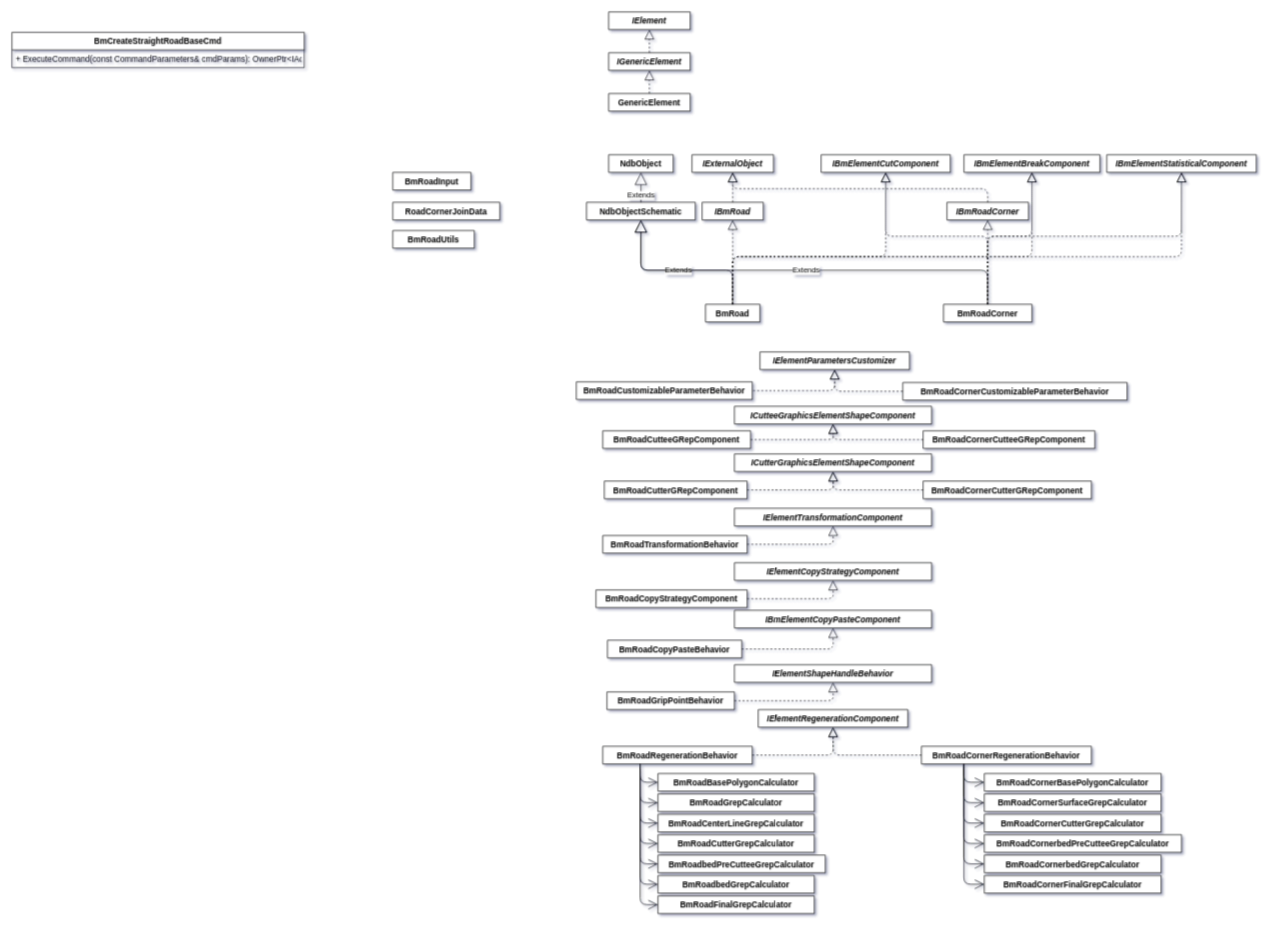
The draw.io diagram page "Page-1" (1 of 2) of BmRoad.drawio in Sean-Xu-Code/cpp, before the edit. Source tidied: cells renumbered, new cells numbered last; positions are measured from the earlier drawing's top-left corner, leaving out a move shared by most shapes. Both pictures are drawn from the tidied source at 68%, with x=0, y=0 at pixel (12, 12).
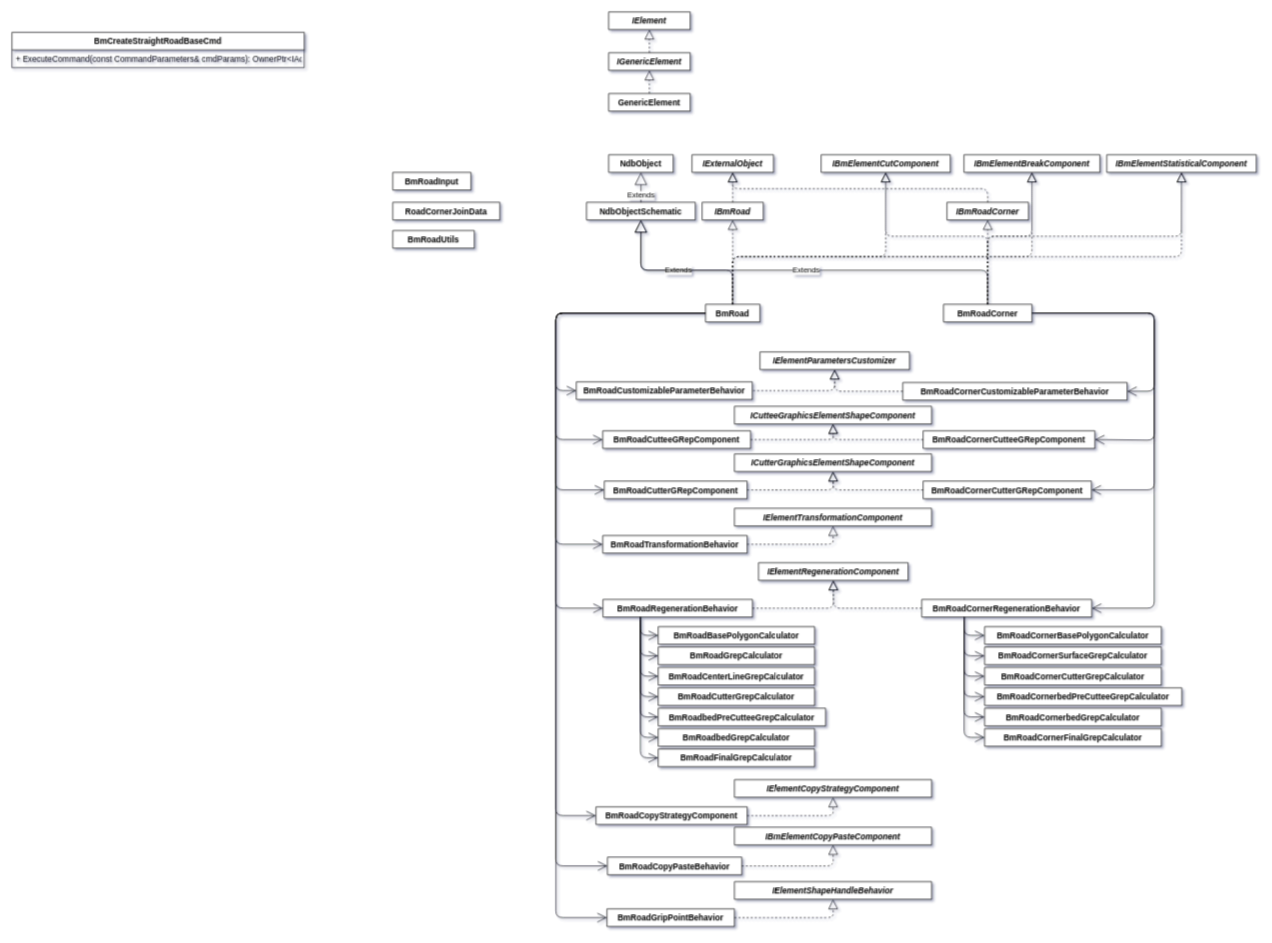
Above is the later version.

The change refers to these unchanged cells:
```xml
<mxCell id="4" value="BmRoad" style="swimlane;fontStyle=1;align=center;verticalAlign=top;horizontal=1;startSize=26;shadow=0;sketch=0;" parent="1" vertex="1" collapsed="1">
  <mxGeometry x="1020" y="430" width="80" height="26" as="geometry" />
</mxCell>
<mxCell id="45" value="BmRoadCustomizableParameterBehavior" style="swimlane;fontStyle=1;align=center;verticalAlign=top;horizontal=1;startSize=26;shadow=0;sketch=0;" parent="1" vertex="1" collapsed="1">
  <mxGeometry x="830" y="544" width="258.8" height="26" as="geometry" />
</mxCell>
<mxCell id="48" value="BmRoadCutteeGRepComponent" style="swimlane;fontStyle=1;align=center;verticalAlign=top;horizontal=1;startSize=26;shadow=0;sketch=0;" parent="1" vertex="1" collapsed="1">
  <mxGeometry x="868.8" y="616" width="217.5" height="26" as="geometry" />
</mxCell>
<mxCell id="51" value="BmRoadCutterGRepComponent" style="swimlane;fontStyle=1;align=center;verticalAlign=top;horizontal=1;startSize=26;shadow=0;sketch=0;" parent="1" vertex="1" collapsed="1">
  <mxGeometry x="871.2" y="690" width="210" height="26" as="geometry" />
</mxCell>
<mxCell id="54" value="BmRoadTransformationBehavior" style="swimlane;fontStyle=1;align=center;verticalAlign=top;horizontal=1;startSize=26;shadow=0;sketch=0;" parent="1" vertex="1" collapsed="1">
  <mxGeometry x="868.8" y="770" width="212.5" height="26" as="geometry" />
</mxCell>
<mxCell id="67" value="BmRoadCorner" style="swimlane;fontStyle=1;align=center;verticalAlign=top;horizontal=1;startSize=26;shadow=0;sketch=0;" parent="1" vertex="1" collapsed="1">
  <mxGeometry x="1370" y="430" width="130" height="26" as="geometry" />
</mxCell>
<mxCell id="75" value="BmRoadCornerCustomizableParameterBehavior" style="swimlane;fontStyle=1;align=center;verticalAlign=top;horizontal=1;startSize=26;shadow=0;sketch=0;" parent="1" vertex="1" collapsed="1">
  <mxGeometry x="1310" y="545" width="330" height="26" as="geometry" />
</mxCell>
<mxCell id="77" value="BmRoadCornerCutterGRepComponent" style="swimlane;fontStyle=1;align=center;verticalAlign=top;horizontal=1;startSize=26;shadow=0;sketch=0;" parent="1" vertex="1" collapsed="1">
  <mxGeometry x="1340" y="690" width="247.5" height="26" as="geometry" />
</mxCell>
<mxCell id="78" value="BmRoadCornerCutteeGRepComponent" style="swimlane;fontStyle=1;align=center;verticalAlign=top;horizontal=1;startSize=26;shadow=0;sketch=0;" parent="1" vertex="1" collapsed="1">
  <mxGeometry x="1340" y="616" width="252.5" height="26" as="geometry" />
</mxCell>
```

Change to the diagram source:
```diff
@@
     <mxCell id="27" value="BmRoadRegenerationBehavior" style="swimlane;fontStyle=1;align=center;verticalAlign=top;horizontal=1;startSize=26;shadow=0;sketch=0;" parent="1" vertex="1" collapsed="1">
-      <mxGeometry x="868.8" y="1080" width="220" height="26" as="geometry" />
+      <mxGeometry x="869.1" y="864" width="220" height="26" as="geometry" />
     </mxCell>
     <mxCell id="28" value="IElementRegenerationComponent" style="swimlane;fontStyle=3;align=center;verticalAlign=top;horizontal=1;startSize=26;shadow=0;sketch=0;" parent="1" vertex="1" collapsed="1">
-      <mxGeometry x="1097.5" y="1026" width="220" height="26" as="geometry" />
+      <mxGeometry x="1097.9" y="810" width="220" height="26" as="geometry" />
     </mxCell>
     <mxCell id="29" style="endArrow=block;dashed=1;endFill=0;endSize=12;html=1;shadow=0;sketch=0;entryX=0.5;entryY=1;entryDx=0;entryDy=0;exitX=1;exitY=0.5;exitDx=0;exitDy=0;" parent="1" edge="1" source="27" target="28">
       <mxGeometry relative="1" as="geometry">
         <Array as="points">
-          <mxPoint x="1208" y="1093" />
+          <mxPoint x="1208.4" y="877" />
         </Array>
       </mxGeometry>
     </mxCell>
     <mxCell id="30" value="BmRoadBasePolygonCalculator" style="swimlane;fontStyle=1;align=center;verticalAlign=top;horizontal=1;startSize=26;shadow=0;sketch=0;" parent="1" vertex="1" collapsed="1">
-      <mxGeometry x="950" y="1120" width="230" height="26" as="geometry" />
+      <mxGeometry x="950.4" y="904" width="230" height="26" as="geometry" />
     </mxCell>
     <mxCell id="31" value="BmRoadGrepCalculator" style="swimlane;fontStyle=1;align=center;verticalAlign=top;horizontal=1;startSize=26;shadow=0;sketch=0;" parent="1" vertex="1" collapsed="1">
-      <mxGeometry x="950" y="1150" width="230" height="26" as="geometry" />
+      <mxGeometry x="950.4" y="934" width="230" height="26" as="geometry" />
     </mxCell>
     <mxCell id="32" value="BmRoadCenterLineGrepCalculator" style="swimlane;fontStyle=1;align=center;verticalAlign=top;horizontal=1;startSize=26;shadow=0;sketch=0;" parent="1" vertex="1" collapsed="1">
-      <mxGeometry x="950" y="1180" width="230" height="26" as="geometry" />
+      <mxGeometry x="950.4" y="964" width="230" height="26" as="geometry" />
     </mxCell>
     <mxCell id="33" value="BmRoadCutterGrepCalculator" style="swimlane;fontStyle=1;align=center;verticalAlign=top;horizontal=1;startSize=26;shadow=0;sketch=0;" parent="1" vertex="1" collapsed="1">
-      <mxGeometry x="950" y="1210" width="230" height="26" as="geometry" />
+      <mxGeometry x="950.4" y="994" width="230" height="26" as="geometry" />
     </mxCell>
     <mxCell id="34" value="BmRoadbedPreCutteeGrepCalculator" style="swimlane;fontStyle=1;align=center;verticalAlign=top;horizontal=1;startSize=26;shadow=0;sketch=0;" parent="1" vertex="1" collapsed="1">
-      <mxGeometry x="950" y="1240" width="246.2" height="26" as="geometry" />
+      <mxGeometry x="950.4" y="1024" width="246.2" height="26" as="geometry" />
     </mxCell>
     <mxCell id="35" value="BmRoadbedGrepCalculator" style="swimlane;fontStyle=1;align=center;verticalAlign=top;horizontal=1;startSize=26;shadow=0;sketch=0;" parent="1" vertex="1" collapsed="1">
-      <mxGeometry x="950" y="1270" width="230" height="26" as="geometry" />
+      <mxGeometry x="950.4" y="1054" width="230" height="26" as="geometry" />
     </mxCell>
     <mxCell id="36" value="BmRoadFinalGrepCalculator" style="swimlane;fontStyle=1;align=center;verticalAlign=top;horizontal=1;startSize=26;shadow=0;sketch=0;" parent="1" vertex="1" collapsed="1">
-      <mxGeometry x="950" y="1300" width="230" height="26" as="geometry" />
+      <mxGeometry x="950.4" y="1084" width="230" height="26" as="geometry" />
     </mxCell>
     <mxCell id="37" style="endArrow=open;endFill=1;endSize=12;html=1;entryX=0;entryY=0.5;entryDx=0;entryDy=0;shadow=0;sketch=0;exitX=0.25;exitY=1;exitDx=0;exitDy=0;" parent="1" edge="1" source="27" target="30">
       <mxGeometry relative="1" as="geometry">
         <Array as="points">
-          <mxPoint x="924" y="1133" />
+          <mxPoint x="924.4" y="917" />
         </Array>
       </mxGeometry>
     </mxCell>
     <mxCell id="38" style="endArrow=open;endFill=1;endSize=12;html=1;exitX=0.25;exitY=1;exitDx=0;exitDy=0;entryX=0;entryY=0.5;entryDx=0;entryDy=0;shadow=0;sketch=0;" parent="1" edge="1" source="27" target="31">
       <mxGeometry relative="1" as="geometry">
         <Array as="points">
-          <mxPoint x="924" y="1163" />
+          <mxPoint x="924.4" y="947" />
         </Array>
       </mxGeometry>
     </mxCell>
     <mxCell id="39" style="endArrow=open;endFill=1;endSize=12;html=1;exitX=0.25;exitY=1;exitDx=0;exitDy=0;entryX=0;entryY=0.5;entryDx=0;entryDy=0;shadow=0;sketch=0;" parent="1" edge="1" source="27" target="32">
       <mxGeometry relative="1" as="geometry">
         <Array as="points">
-          <mxPoint x="924" y="1193" />
+          <mxPoint x="924.4" y="977" />
         </Array>
       </mxGeometry>
     </mxCell>
     <mxCell id="40" style="endArrow=open;endFill=1;endSize=12;html=1;exitX=0.25;exitY=1;exitDx=0;exitDy=0;entryX=0;entryY=0.5;entryDx=0;entryDy=0;shadow=0;sketch=0;" parent="1" edge="1" source="27" target="33">
       <mxGeometry relative="1" as="geometry">
         <Array as="points">
-          <mxPoint x="924" y="1223" />
+          <mxPoint x="924.4" y="1007" />
         </Array>
       </mxGeometry>
     </mxCell>
     <mxCell id="41" style="endArrow=open;endFill=1;endSize=12;html=1;exitX=0.25;exitY=1;exitDx=0;exitDy=0;entryX=0;entryY=0.5;entryDx=0;entryDy=0;shadow=0;sketch=0;" parent="1" edge="1" source="27" target="34">
       <mxGeometry relative="1" as="geometry">
         <Array as="points">
-          <mxPoint x="924" y="1253" />
+          <mxPoint x="924.4" y="1037" />
         </Array>
       </mxGeometry>
     </mxCell>
     <mxCell id="42" style="endArrow=open;endFill=1;endSize=12;html=1;exitX=0.25;exitY=1;exitDx=0;exitDy=0;entryX=0;entryY=0.5;entryDx=0;entryDy=0;shadow=0;sketch=0;" parent="1" edge="1" source="27" target="35">
       <mxGeometry relative="1" as="geometry">
         <Array as="points">
-          <mxPoint x="924" y="1283" />
+          <mxPoint x="924.4" y="1067" />
         </Array>
       </mxGeometry>
     </mxCell>
     <mxCell id="43" style="endArrow=open;endFill=1;endSize=12;html=1;entryX=0;entryY=0.5;entryDx=0;entryDy=0;exitX=0.25;exitY=1;exitDx=0;exitDy=0;shadow=0;sketch=0;" parent="1" edge="1" source="27" target="36">
       <mxGeometry relative="1" as="geometry">
         <Array as="points">
-          <mxPoint x="924" y="1313" />
+          <mxPoint x="924.4" y="1097" />
         </Array>
       </mxGeometry>
     </mxCell>
@@
     <mxCell id="56" value="IElementCopyStrategyComponent" style="swimlane;fontStyle=3;align=center;verticalAlign=top;horizontal=1;startSize=26;shadow=0;sketch=0;" parent="1" vertex="1" collapsed="1">
-      <mxGeometry x="1062.5" y="810" width="290" height="26" as="geometry" />
+      <mxGeometry x="1062.5" y="1129" width="290" height="26" as="geometry" />
     </mxCell>
     <mxCell id="57" value="BmRoadCopyStrategyComponent" style="swimlane;fontStyle=1;align=center;verticalAlign=top;horizontal=1;startSize=26;shadow=0;sketch=0;" parent="1" vertex="1" collapsed="1">
-      <mxGeometry x="858.8" y="850" width="222.5" height="26" as="geometry" />
+      <mxGeometry x="858.8" y="1169" width="222.5" height="26" as="geometry" />
     </mxCell>
     <mxCell id="58" style="endArrow=block;dashed=1;endFill=0;endSize=12;html=1;shadow=0;sketch=0;entryX=0.5;entryY=1;entryDx=0;entryDy=0;exitX=1;exitY=0.5;exitDx=0;exitDy=0;" parent="1" edge="1" source="57" target="56">
       <mxGeometry relative="1" as="geometry">
         <Array as="points">
-          <mxPoint x="1208" y="863" />
+          <mxPoint x="1208" y="1182" />
         </Array>
       </mxGeometry>
     </mxCell>
     <mxCell id="59" value="IBmElementCopyPasteComponent" style="swimlane;fontStyle=3;align=center;verticalAlign=top;horizontal=1;startSize=26;shadow=0;sketch=0;" parent="1" vertex="1" collapsed="1">
-      <mxGeometry x="1062.5" y="880" width="290" height="26" as="geometry" />
+      <mxGeometry x="1062.5" y="1199" width="290" height="26" as="geometry" />
     </mxCell>
     <mxCell id="60" value="BmRoadCopyPasteBehavior" style="swimlane;fontStyle=1;align=center;verticalAlign=top;horizontal=1;startSize=26;shadow=0;sketch=0;" parent="1" vertex="1" collapsed="1">
-      <mxGeometry x="875.8" y="924" width="197.5" height="26" as="geometry" />
+      <mxGeometry x="875.8" y="1243" width="197.5" height="26" as="geometry" />
     </mxCell>
     <mxCell id="61" style="endArrow=block;dashed=1;endFill=0;endSize=12;html=1;shadow=0;sketch=0;entryX=0.5;entryY=1;entryDx=0;entryDy=0;exitX=1;exitY=0.5;exitDx=0;exitDy=0;" parent="1" edge="1" source="60" target="59">
       <mxGeometry relative="1" as="geometry">
         <Array as="points">
-          <mxPoint x="1208" y="937" />
+          <mxPoint x="1208" y="1256" />
         </Array>
       </mxGeometry>
     </mxCell>
     <mxCell id="62" value="IElementShapeHandleBehavior" style="swimlane;fontStyle=3;align=center;verticalAlign=top;horizontal=1;startSize=26;shadow=0;sketch=0;" parent="1" vertex="1" collapsed="1">
-      <mxGeometry x="1062.5" y="960" width="290" height="26" as="geometry" />
+      <mxGeometry x="1062.5" y="1279" width="290" height="26" as="geometry" />
     </mxCell>
     <mxCell id="63" value="BmRoadGripPointBehavior" style="swimlane;fontStyle=1;align=center;verticalAlign=top;horizontal=1;startSize=26;shadow=0;sketch=0;" parent="1" vertex="1" collapsed="1">
-      <mxGeometry x="875" y="1000" width="187.5" height="26" as="geometry" />
+      <mxGeometry x="875" y="1319" width="187.5" height="26" as="geometry" />
     </mxCell>
     <mxCell id="64" style="endArrow=block;dashed=1;endFill=0;endSize=12;html=1;shadow=0;sketch=0;entryX=0.5;entryY=1;entryDx=0;entryDy=0;exitX=1;exitY=0.5;exitDx=0;exitDy=0;" parent="1" edge="1" source="63" target="62">
       <mxGeometry relative="1" as="geometry">
         <Array as="points">
-          <mxPoint x="1208" y="1013" />
+          <mxPoint x="1208" y="1332" />
         </Array>
       </mxGeometry>
     </mxCell>
@@
     <mxCell id="73" value="BmRoadCornerRegenerationBehavior" style="swimlane;fontStyle=1;align=center;verticalAlign=top;horizontal=1;startSize=26;shadow=0;sketch=0;" parent="1" vertex="1" collapsed="1">
-      <mxGeometry x="1337.5" y="1080" width="250" height="26" as="geometry" />
+      <mxGeometry x="1337.9" y="864" width="250" height="26" as="geometry" />
     </mxCell>
     <mxCell id="74" style="endArrow=block;dashed=1;endFill=0;endSize=12;html=1;shadow=0;entryX=0.5;entryY=1;entryDx=0;entryDy=0;exitX=0;exitY=0.5;exitDx=0;exitDy=0;" parent="1" edge="1" source="73" target="28">
       <mxGeometry relative="1" as="geometry">
         <Array as="points">
-          <mxPoint x="1208" y="1093" />
+          <mxPoint x="1208.4" y="877" />
         </Array>
       </mxGeometry>
     </mxCell>
@@
     <mxCell id="81" value="BmRoadCornerBasePolygonCalculator" style="swimlane;fontStyle=1;align=center;verticalAlign=top;horizontal=1;startSize=26;shadow=0;sketch=0;" parent="1" vertex="1" collapsed="1">
-      <mxGeometry x="1430" y="1120" width="260" height="26" as="geometry" />
+      <mxGeometry x="1430.4" y="904" width="260" height="26" as="geometry" />
     </mxCell>
     <mxCell id="82" value="BmRoadCornerSurfaceGrepCalculator" style="swimlane;fontStyle=1;align=center;verticalAlign=top;horizontal=1;startSize=26;shadow=0;sketch=0;" parent="1" vertex="1" collapsed="1">
-      <mxGeometry x="1430" y="1150" width="260" height="26" as="geometry" />
+      <mxGeometry x="1430.4" y="934" width="260" height="26" as="geometry" />
     </mxCell>
     <mxCell id="83" value="BmRoadCornerCutterGrepCalculator" style="swimlane;fontStyle=1;align=center;verticalAlign=top;horizontal=1;startSize=26;shadow=0;sketch=0;" parent="1" vertex="1" collapsed="1">
-      <mxGeometry x="1430" y="1180" width="260" height="26" as="geometry" />
+      <mxGeometry x="1430.4" y="964" width="260" height="26" as="geometry" />
     </mxCell>
     <mxCell id="84" value="BmRoadCornerbedPreCutteeGrepCalculator" style="swimlane;fontStyle=1;align=center;verticalAlign=top;horizontal=1;startSize=26;shadow=0;sketch=0;" parent="1" vertex="1" collapsed="1">
-      <mxGeometry x="1430" y="1210" width="290" height="26" as="geometry" />
+      <mxGeometry x="1430.4" y="994" width="290" height="26" as="geometry" />
     </mxCell>
     <mxCell id="85" value="BmRoadCornerbedGrepCalculator" style="swimlane;fontStyle=1;align=center;verticalAlign=top;horizontal=1;startSize=26;shadow=0;sketch=0;" parent="1" vertex="1" collapsed="1">
-      <mxGeometry x="1430" y="1240" width="260" height="26" as="geometry" />
+      <mxGeometry x="1430.4" y="1024" width="260" height="26" as="geometry" />
     </mxCell>
     <mxCell id="86" value="BmRoadCornerFinalGrepCalculator" style="swimlane;fontStyle=1;align=center;verticalAlign=top;horizontal=1;startSize=26;shadow=0;sketch=0;" parent="1" vertex="1" collapsed="1">
-      <mxGeometry x="1430" y="1270" width="260" height="26" as="geometry" />
+      <mxGeometry x="1430.4" y="1054" width="260" height="26" as="geometry" />
     </mxCell>
     <mxCell id="87" style="endArrow=open;endFill=1;endSize=12;html=1;shadow=0;exitX=0.25;exitY=1;exitDx=0;exitDy=0;entryX=0;entryY=0.5;entryDx=0;entryDy=0;" parent="1" edge="1" source="73" target="81">
       <mxGeometry relative="1" as="geometry">
         <Array as="points">
-          <mxPoint x="1400" y="1133" />
+          <mxPoint x="1400.4" y="917" />
         </Array>
       </mxGeometry>
     </mxCell>
     <mxCell id="88" style="endArrow=open;endFill=1;endSize=12;html=1;shadow=0;exitX=0.25;exitY=1;exitDx=0;exitDy=0;entryX=0;entryY=0.5;entryDx=0;entryDy=0;" parent="1" edge="1" source="73" target="82">
       <mxGeometry relative="1" as="geometry">
         <Array as="points">
-          <mxPoint x="1400" y="1163" />
+          <mxPoint x="1400.4" y="947" />
         </Array>
       </mxGeometry>
     </mxCell>
     <mxCell id="89" style="endArrow=open;endFill=1;endSize=12;html=1;shadow=0;exitX=0.25;exitY=1;exitDx=0;exitDy=0;entryX=0;entryY=0.5;entryDx=0;entryDy=0;" parent="1" edge="1" source="73" target="83">
       <mxGeometry relative="1" as="geometry">
         <Array as="points">
-          <mxPoint x="1400" y="1193" />
+          <mxPoint x="1400.4" y="977" />
         </Array>
       </mxGeometry>
     </mxCell>
     <mxCell id="90" style="endArrow=open;endFill=1;endSize=12;html=1;shadow=0;exitX=0.25;exitY=1;exitDx=0;exitDy=0;entryX=0;entryY=0.5;entryDx=0;entryDy=0;" parent="1" edge="1" source="73" target="84">
       <mxGeometry relative="1" as="geometry">
         <Array as="points">
-          <mxPoint x="1400" y="1223" />
+          <mxPoint x="1400.4" y="1007" />
         </Array>
       </mxGeometry>
     </mxCell>
     <mxCell id="91" style="endArrow=open;endFill=1;endSize=12;html=1;shadow=0;exitX=0.25;exitY=1;exitDx=0;exitDy=0;entryX=0;entryY=0.5;entryDx=0;entryDy=0;" parent="1" edge="1" source="73" target="85">
       <mxGeometry relative="1" as="geometry">
         <Array as="points">
-          <mxPoint x="1400" y="1253" />
+          <mxPoint x="1400.4" y="1037" />
         </Array>
       </mxGeometry>
     </mxCell>
     <mxCell id="92" style="endArrow=open;endFill=1;endSize=12;html=1;shadow=0;exitX=0.25;exitY=1;exitDx=0;exitDy=0;entryX=0;entryY=0.5;entryDx=0;entryDy=0;" parent="1" edge="1" source="73" target="86">
       <mxGeometry relative="1" as="geometry">
         <Array as="points">
-          <mxPoint x="1400" y="1283" />
+          <mxPoint x="1400.4" y="1067" />
         </Array>
       </mxGeometry>
     </mxCell>
+    <mxCell id="93" style="endArrow=open;endFill=1;endSize=12;html=1;shadow=0;exitX=1;exitY=0.5;exitDx=0;exitDy=0;entryX=1;entryY=0.5;entryDx=0;entryDy=0;" parent="1" edge="1" source="67" target="75">
+      <mxGeometry relative="1" as="geometry">
+        <Array as="points">
+          <mxPoint x="1680" y="443" />
+          <mxPoint x="1680" y="558" />
+        </Array>
+      </mxGeometry>
+    </mxCell>
+    <mxCell id="94" style="endArrow=open;endFill=1;endSize=12;html=1;shadow=0;exitX=1;exitY=0.5;exitDx=0;exitDy=0;entryX=1;entryY=0.5;entryDx=0;entryDy=0;" parent="1" edge="1" source="67" target="78">
+      <mxGeometry relative="1" as="geometry">
+        <Array as="points">
+          <mxPoint x="1680" y="443" />
+          <mxPoint x="1680" y="630" />
+        </Array>
+      </mxGeometry>
+    </mxCell>
+    <mxCell id="95" style="endArrow=open;endFill=1;endSize=12;html=1;shadow=0;exitX=1;exitY=0.5;exitDx=0;exitDy=0;entryX=1;entryY=0.5;entryDx=0;entryDy=0;" parent="1" edge="1" source="67" target="77">
+      <mxGeometry relative="1" as="geometry">
+        <Array as="points">
+          <mxPoint x="1680" y="443" />
+          <mxPoint x="1680" y="703" />
+        </Array>
+      </mxGeometry>
+    </mxCell>
+    <mxCell id="96" style="endArrow=open;endFill=1;endSize=12;html=1;shadow=0;entryX=1;entryY=0.5;entryDx=0;entryDy=0;exitX=1;exitY=0.5;exitDx=0;exitDy=0;" parent="1" edge="1" source="67" target="73">
+      <mxGeometry relative="1" as="geometry">
+        <Array as="points">
+          <mxPoint x="1680" y="443" />
+          <mxPoint x="1680" y="877" />
+        </Array>
+      </mxGeometry>
+    </mxCell>
+    <mxCell id="97" style="endArrow=open;endFill=1;endSize=12;html=1;shadow=0;entryX=0;entryY=0.5;entryDx=0;entryDy=0;exitX=0;exitY=0.5;exitDx=0;exitDy=0;" parent="1" edge="1" source="4" target="45">
+      <mxGeometry relative="1" as="geometry">
+        <Array as="points">
+          <mxPoint x="800" y="443" />
+          <mxPoint x="800" y="557" />
+        </Array>
+      </mxGeometry>
+    </mxCell>
+    <mxCell id="98" style="endArrow=open;endFill=1;endSize=12;html=1;shadow=0;exitX=0;exitY=0.5;exitDx=0;exitDy=0;entryX=0;entryY=0.5;entryDx=0;entryDy=0;" parent="1" edge="1" source="4" target="48">
+      <mxGeometry relative="1" as="geometry">
+        <Array as="points">
+          <mxPoint x="800" y="443" />
+          <mxPoint x="800" y="629" />
+        </Array>
+      </mxGeometry>
+    </mxCell>
+    <mxCell id="99" style="endArrow=open;endFill=1;endSize=12;html=1;shadow=0;exitX=0;exitY=0.5;exitDx=0;exitDy=0;entryX=0;entryY=0.5;entryDx=0;entryDy=0;" parent="1" edge="1" source="4" target="51">
+      <mxGeometry relative="1" as="geometry">
+        <Array as="points">
+          <mxPoint x="800" y="443" />
+          <mxPoint x="800" y="703" />
+        </Array>
+      </mxGeometry>
+    </mxCell>
+    <mxCell id="100" style="endArrow=open;endFill=1;endSize=12;html=1;shadow=0;exitX=0;exitY=0.5;exitDx=0;exitDy=0;entryX=0;entryY=0.5;entryDx=0;entryDy=0;" parent="1" edge="1" source="4" target="54">
+      <mxGeometry relative="1" as="geometry">
+        <Array as="points">
+          <mxPoint x="800" y="443" />
+          <mxPoint x="800" y="783" />
+        </Array>
+      </mxGeometry>
+    </mxCell>
+    <mxCell id="101" style="endArrow=open;endFill=1;endSize=12;html=1;shadow=0;entryX=0;entryY=0.5;entryDx=0;entryDy=0;exitX=0;exitY=0.5;exitDx=0;exitDy=0;" parent="1" edge="1" source="4" target="27">
+      <mxGeometry relative="1" as="geometry">
+        <Array as="points">
+          <mxPoint x="800" y="443" />
+          <mxPoint x="800" y="877" />
+        </Array>
+      </mxGeometry>
+    </mxCell>
+    <mxCell id="102" style="endArrow=open;endFill=1;endSize=12;html=1;shadow=0;exitX=0;exitY=0.5;exitDx=0;exitDy=0;entryX=0;entryY=0.5;entryDx=0;entryDy=0;" parent="1" edge="1" source="4" target="57">
+      <mxGeometry relative="1" as="geometry">
+        <Array as="points">
+          <mxPoint x="800" y="443" />
+          <mxPoint x="800" y="1182" />
+        </Array>
+      </mxGeometry>
+    </mxCell>
+    <mxCell id="103" style="endArrow=open;endFill=1;endSize=12;html=1;shadow=0;entryX=0;entryY=0.5;entryDx=0;entryDy=0;exitX=0;exitY=0.5;exitDx=0;exitDy=0;" parent="1" edge="1" source="4" target="60">
+      <mxGeometry relative="1" as="geometry">
+        <Array as="points">
+          <mxPoint x="800" y="443" />
+          <mxPoint x="800" y="1256" />
+        </Array>
+      </mxGeometry>
+    </mxCell>
+    <mxCell id="104" style="endArrow=open;endFill=1;endSize=12;html=1;shadow=0;exitX=0;exitY=0.5;exitDx=0;exitDy=0;entryX=0;entryY=0.5;entryDx=0;entryDy=0;" parent="1" edge="1" source="4" target="63">
+      <mxGeometry relative="1" as="geometry">
+        <Array as="points">
+          <mxPoint x="800" y="443" />
+          <mxPoint x="800" y="1332" />
+        </Array>
+      </mxGeometry>
+    </mxCell>
```
